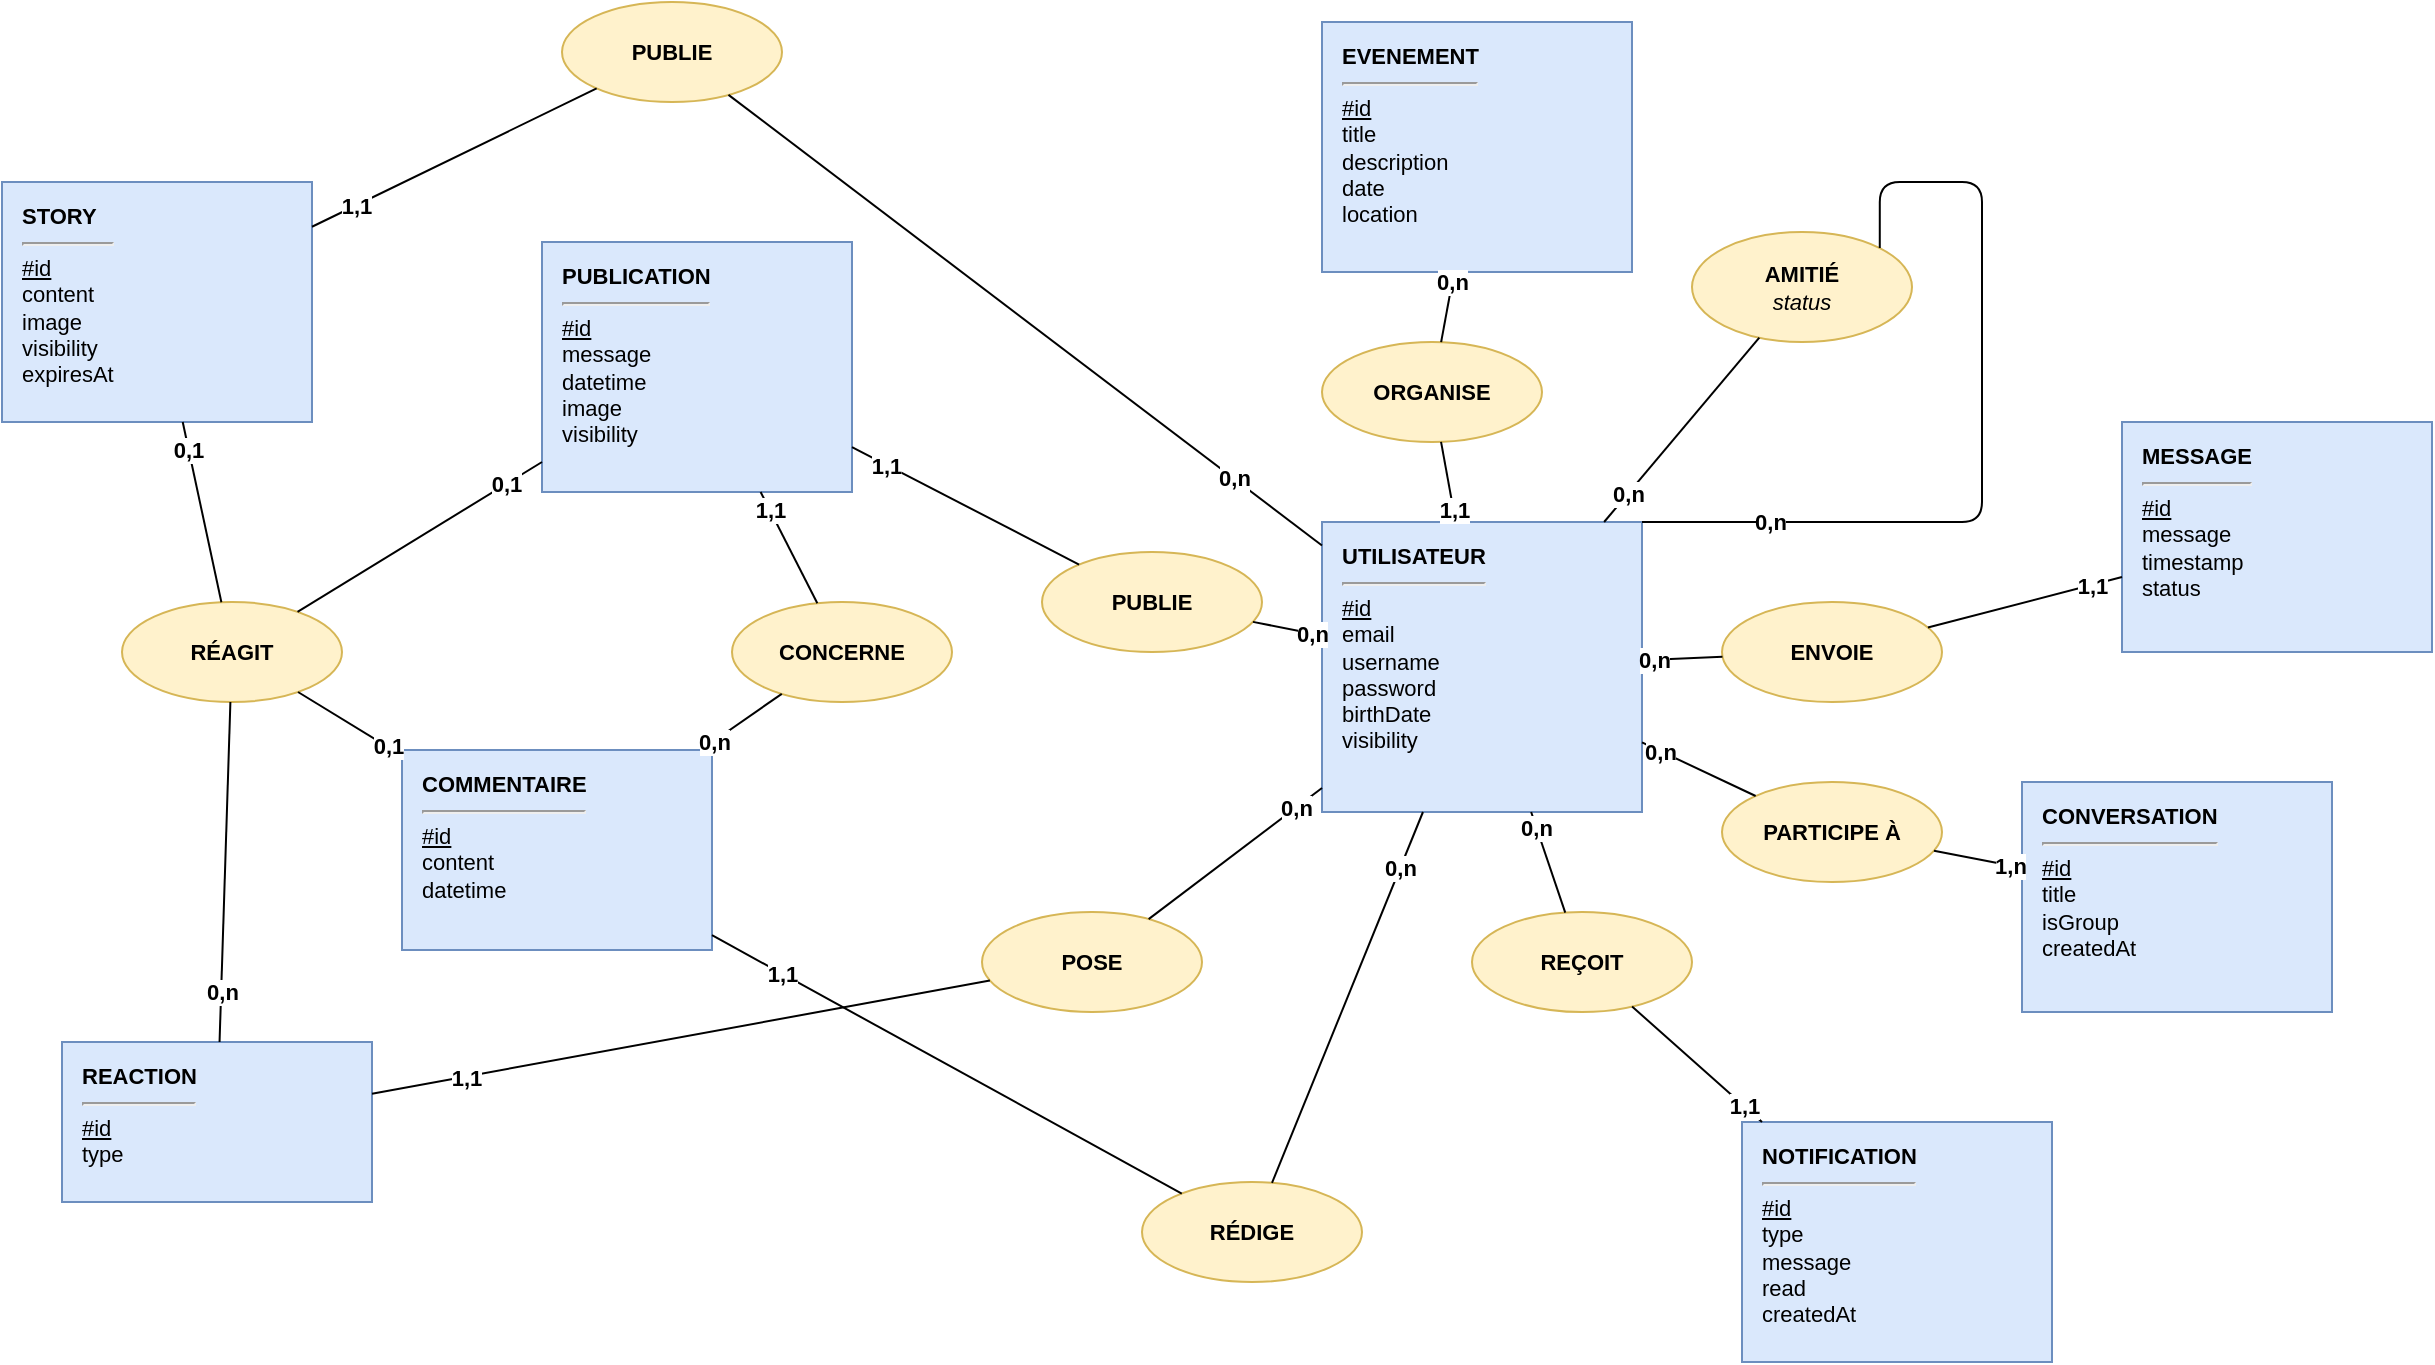
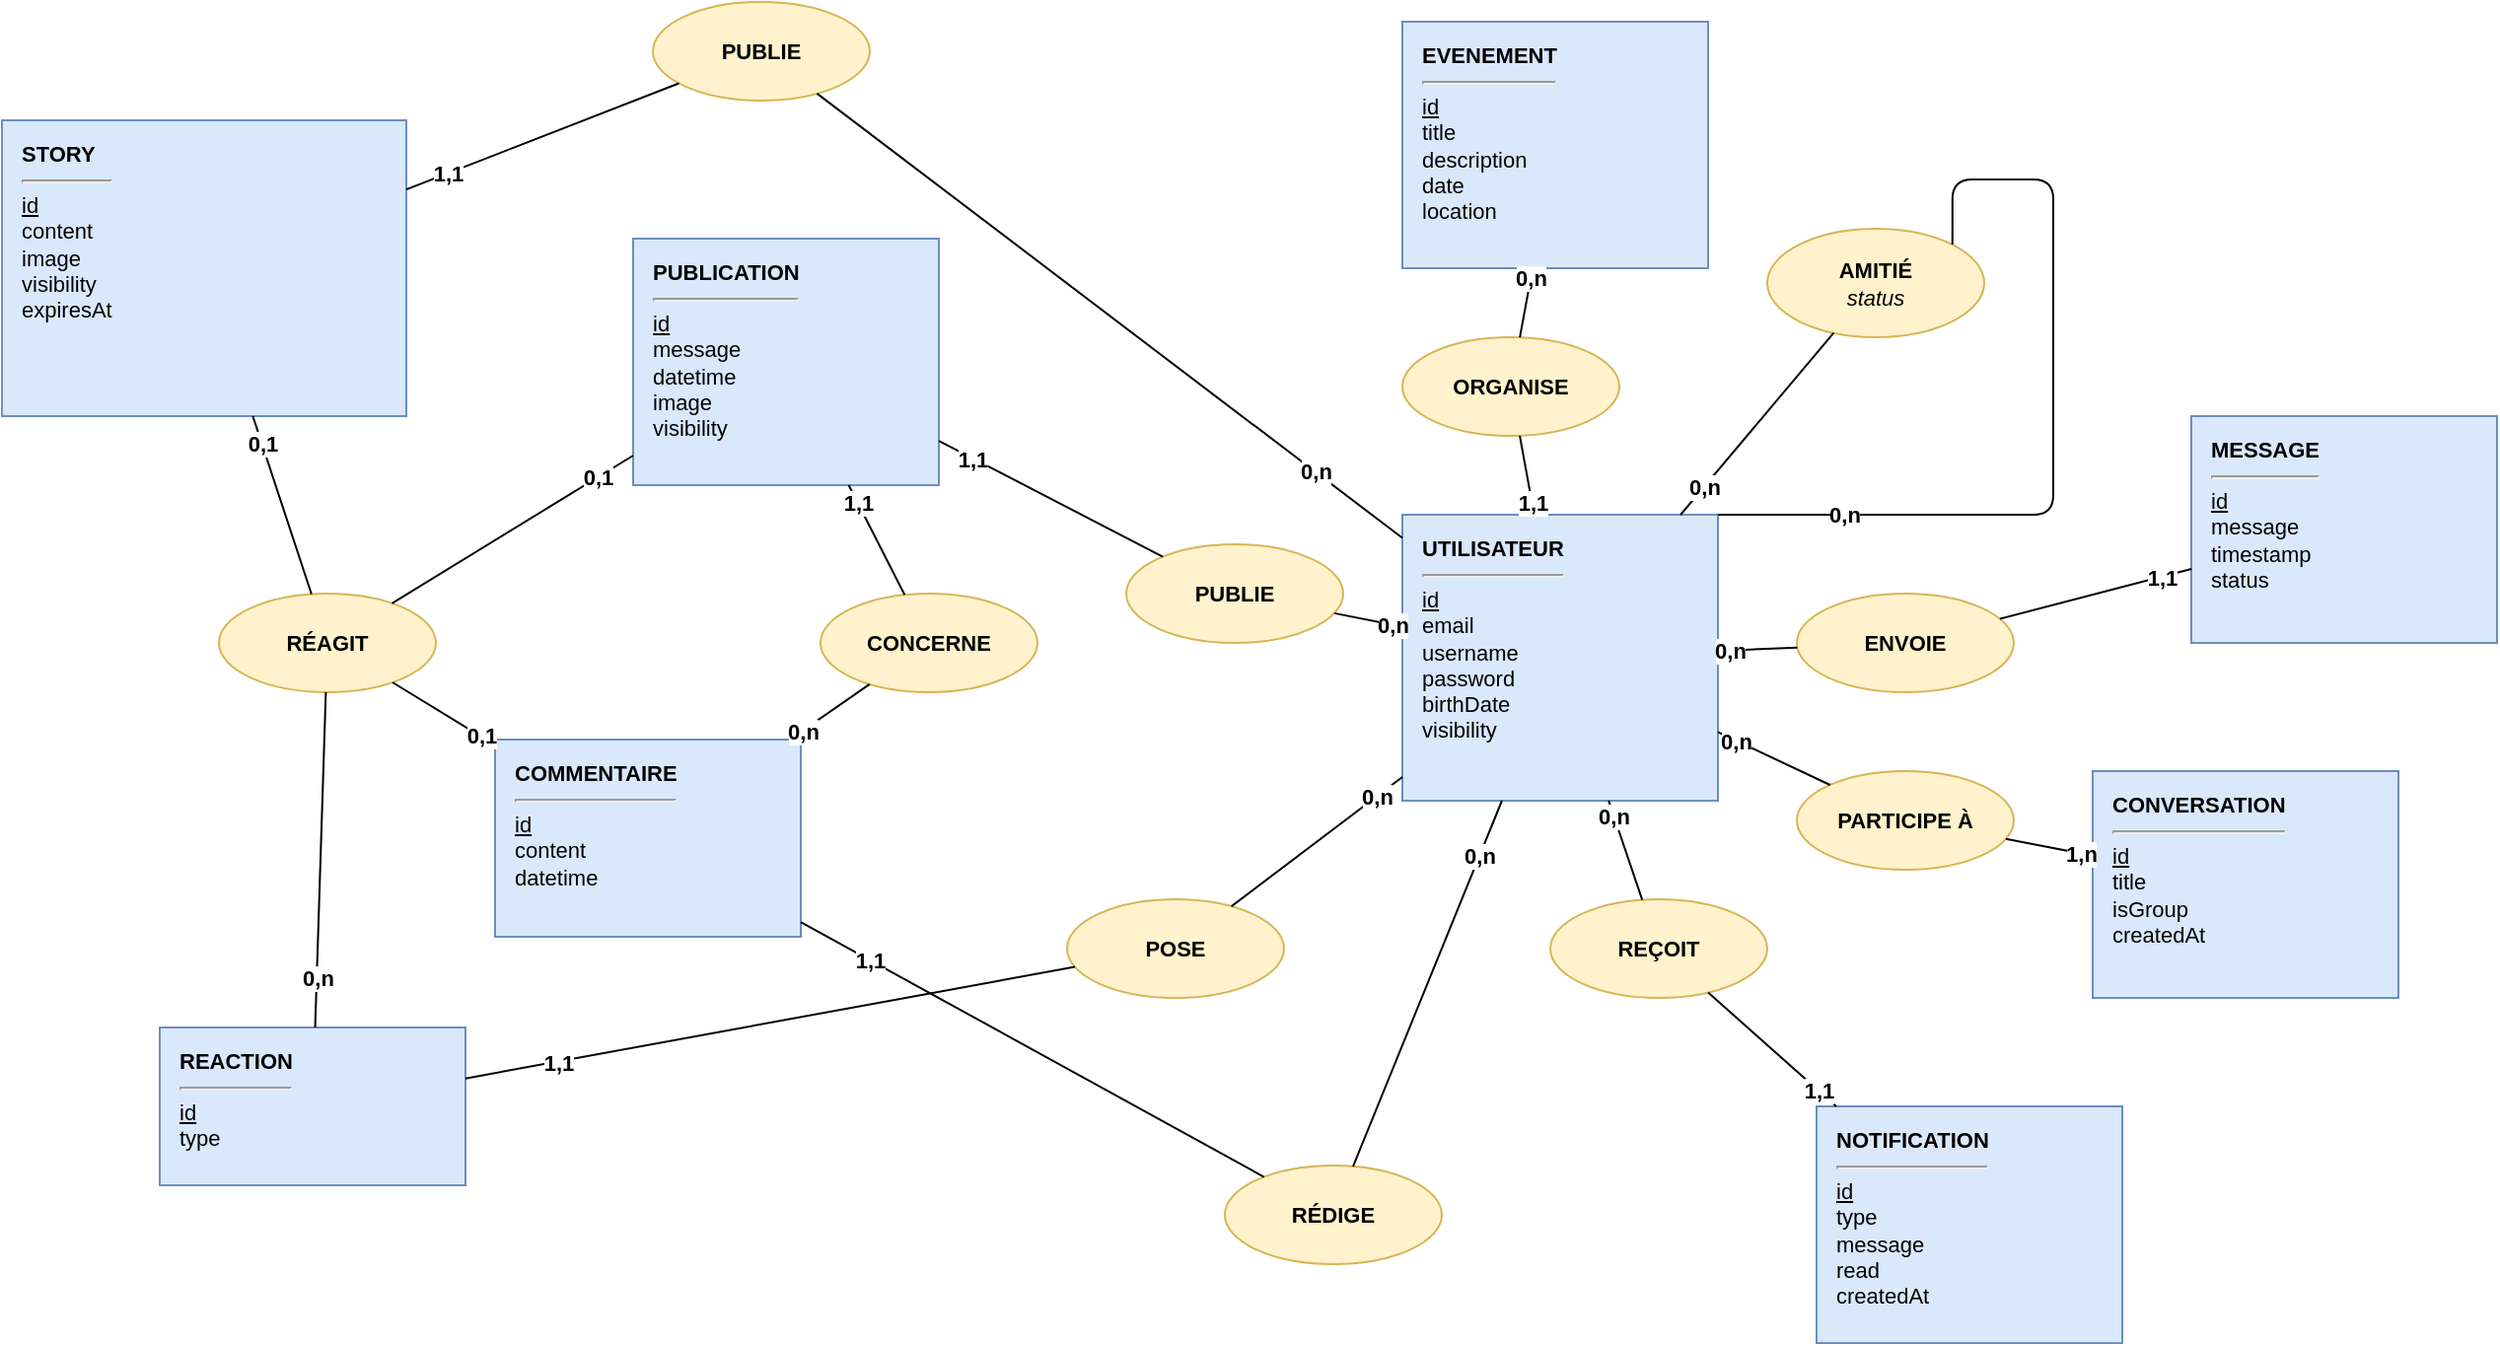
<mxfile host="app.diagrams.net">
  <diagram id="AvOPGSfi3XTp1epjIo77" name="Page-1">
    <mxGraphModel dx="2583" dy="759" grid="1" gridSize="10" guides="1" tooltips="1" connect="1" arrows="1" fold="1" page="1" pageScale="1" pageWidth="1169" pageHeight="827" math="0" shadow="0">
      <root>
        <mxCell id="0" />
        <mxCell id="1" parent="0" />
-         <mxCell id="e_user" parent="1" style="rounded=0;whiteSpace=wrap;html=1;align=left;verticalAlign=top;fillColor=#dae8fc;strokeColor=#6c8ebf;spacingLeft=8;spacingTop=4;fontSize=11;" value="&lt;b&gt;UTILISATEUR&lt;/b&gt;&lt;hr/&gt;&lt;u&gt;#id&lt;/u&gt;&lt;br&gt;email&lt;br&gt;username&lt;br&gt;password&lt;br&gt;birthDate&lt;br&gt;visibility" vertex="1">
+         <mxCell id="e_user" parent="1" style="rounded=0;whiteSpace=wrap;html=1;align=left;verticalAlign=top;fillColor=#dae8fc;strokeColor=#6c8ebf;spacingLeft=8;spacingTop=4;fontSize=11;" value="&lt;b&gt;UTILISATEUR&lt;/b&gt;&lt;hr/&gt;&lt;u&gt;id&lt;/u&gt;&lt;br&gt;email&lt;br&gt;username&lt;br&gt;password&lt;br&gt;birthDate&lt;br&gt;visibility" vertex="1">
          <mxGeometry height="145" width="160" x="400" y="300" as="geometry" />
        </mxCell>
-         <mxCell id="e_post" parent="1" style="rounded=0;whiteSpace=wrap;html=1;align=left;verticalAlign=top;fillColor=#dae8fc;strokeColor=#6c8ebf;spacingLeft=8;spacingTop=4;fontSize=11;" value="&lt;b&gt;PUBLICATION&lt;/b&gt;&lt;hr/&gt;&lt;u&gt;#id&lt;/u&gt;&lt;br&gt;message&lt;br&gt;datetime&lt;br&gt;image&lt;br&gt;visibility" vertex="1">
+         <mxCell id="e_post" parent="1" style="rounded=0;whiteSpace=wrap;html=1;align=left;verticalAlign=top;fillColor=#dae8fc;strokeColor=#6c8ebf;spacingLeft=8;spacingTop=4;fontSize=11;" value="&lt;b&gt;PUBLICATION&lt;/b&gt;&lt;hr/&gt;&lt;u&gt;id&lt;/u&gt;&lt;br&gt;message&lt;br&gt;datetime&lt;br&gt;image&lt;br&gt;visibility" vertex="1">
          <mxGeometry height="125" width="155" x="10" y="160" as="geometry" />
        </mxCell>
-         <mxCell id="e_comment" parent="1" style="rounded=0;whiteSpace=wrap;html=1;align=left;verticalAlign=top;fillColor=#dae8fc;strokeColor=#6c8ebf;spacingLeft=8;spacingTop=4;fontSize=11;" value="&lt;b&gt;COMMENTAIRE&lt;/b&gt;&lt;hr/&gt;&lt;u&gt;#id&lt;/u&gt;&lt;br&gt;content&lt;br&gt;datetime" vertex="1">
+         <mxCell id="e_comment" parent="1" style="rounded=0;whiteSpace=wrap;html=1;align=left;verticalAlign=top;fillColor=#dae8fc;strokeColor=#6c8ebf;spacingLeft=8;spacingTop=4;fontSize=11;" value="&lt;b&gt;COMMENTAIRE&lt;/b&gt;&lt;hr/&gt;&lt;u&gt;id&lt;/u&gt;&lt;br&gt;content&lt;br&gt;datetime" vertex="1">
          <mxGeometry height="100" width="155" x="-60" y="414" as="geometry" />
        </mxCell>
-         <mxCell id="e_msg" parent="1" style="rounded=0;whiteSpace=wrap;html=1;align=left;verticalAlign=top;fillColor=#dae8fc;strokeColor=#6c8ebf;spacingLeft=8;spacingTop=4;fontSize=11;" value="&lt;b&gt;MESSAGE&lt;/b&gt;&lt;hr/&gt;&lt;u&gt;#id&lt;/u&gt;&lt;br&gt;message&lt;br&gt;timestamp&lt;br&gt;status" vertex="1">
+         <mxCell id="e_msg" parent="1" style="rounded=0;whiteSpace=wrap;html=1;align=left;verticalAlign=top;fillColor=#dae8fc;strokeColor=#6c8ebf;spacingLeft=8;spacingTop=4;fontSize=11;" value="&lt;b&gt;MESSAGE&lt;/b&gt;&lt;hr/&gt;&lt;u&gt;id&lt;/u&gt;&lt;br&gt;message&lt;br&gt;timestamp&lt;br&gt;status" vertex="1">
          <mxGeometry height="115" width="155" x="800" y="250" as="geometry" />
        </mxCell>
-         <mxCell id="e_event" parent="1" style="rounded=0;whiteSpace=wrap;html=1;align=left;verticalAlign=top;fillColor=#dae8fc;strokeColor=#6c8ebf;spacingLeft=8;spacingTop=4;fontSize=11;" value="&lt;b&gt;EVENEMENT&lt;/b&gt;&lt;hr/&gt;&lt;u&gt;#id&lt;/u&gt;&lt;br&gt;title&lt;br&gt;description&lt;br&gt;date&lt;br&gt;location" vertex="1">
+         <mxCell id="e_event" parent="1" style="rounded=0;whiteSpace=wrap;html=1;align=left;verticalAlign=top;fillColor=#dae8fc;strokeColor=#6c8ebf;spacingLeft=8;spacingTop=4;fontSize=11;" value="&lt;b&gt;EVENEMENT&lt;/b&gt;&lt;hr/&gt;&lt;u&gt;id&lt;/u&gt;&lt;br&gt;title&lt;br&gt;description&lt;br&gt;date&lt;br&gt;location" vertex="1">
          <mxGeometry height="125" width="155" x="400" y="50" as="geometry" />
        </mxCell>
-         <mxCell id="e_conv" parent="1" style="rounded=0;whiteSpace=wrap;html=1;align=left;verticalAlign=top;fillColor=#dae8fc;strokeColor=#6c8ebf;spacingLeft=8;spacingTop=4;fontSize=11;" value="&lt;b&gt;CONVERSATION&lt;/b&gt;&lt;hr/&gt;&lt;u&gt;#id&lt;/u&gt;&lt;br&gt;title&lt;br&gt;isGroup&lt;br&gt;createdAt" vertex="1">
+         <mxCell id="e_conv" parent="1" style="rounded=0;whiteSpace=wrap;html=1;align=left;verticalAlign=top;fillColor=#dae8fc;strokeColor=#6c8ebf;spacingLeft=8;spacingTop=4;fontSize=11;" value="&lt;b&gt;CONVERSATION&lt;/b&gt;&lt;hr/&gt;&lt;u&gt;id&lt;/u&gt;&lt;br&gt;title&lt;br&gt;isGroup&lt;br&gt;createdAt" vertex="1">
          <mxGeometry height="115" width="155" x="750" y="430" as="geometry" />
        </mxCell>
-         <mxCell id="e_notif" parent="1" style="rounded=0;whiteSpace=wrap;html=1;align=left;verticalAlign=top;fillColor=#dae8fc;strokeColor=#6c8ebf;spacingLeft=8;spacingTop=4;fontSize=11;" value="&lt;b&gt;NOTIFICATION&lt;/b&gt;&lt;hr/&gt;&lt;u&gt;#id&lt;/u&gt;&lt;br&gt;type&lt;br&gt;message&lt;br&gt;read&lt;br&gt;createdAt" vertex="1">
+         <mxCell id="e_notif" parent="1" style="rounded=0;whiteSpace=wrap;html=1;align=left;verticalAlign=top;fillColor=#dae8fc;strokeColor=#6c8ebf;spacingLeft=8;spacingTop=4;fontSize=11;" value="&lt;b&gt;NOTIFICATION&lt;/b&gt;&lt;hr/&gt;&lt;u&gt;id&lt;/u&gt;&lt;br&gt;type&lt;br&gt;message&lt;br&gt;read&lt;br&gt;createdAt" vertex="1">
          <mxGeometry height="120" width="155" x="610" y="600" as="geometry" />
        </mxCell>
-         <mxCell id="e_story" parent="1" style="rounded=0;whiteSpace=wrap;html=1;align=left;verticalAlign=top;fillColor=#dae8fc;strokeColor=#6c8ebf;spacingLeft=8;spacingTop=4;fontSize=11;" value="&lt;b&gt;STORY&lt;/b&gt;&lt;hr/&gt;&lt;u&gt;#id&lt;/u&gt;&lt;br&gt;content&lt;br&gt;image&lt;br&gt;visibility&lt;br&gt;expiresAt" vertex="1">
-           <mxGeometry height="120" width="155" x="-260" y="130" as="geometry" />
-         </mxCell>
-         <mxCell id="e_reaction" parent="1" style="rounded=0;whiteSpace=wrap;html=1;align=left;verticalAlign=top;fillColor=#dae8fc;strokeColor=#6c8ebf;spacingLeft=8;spacingTop=4;fontSize=11;" value="&lt;b&gt;REACTION&lt;/b&gt;&lt;hr/&gt;&lt;u&gt;#id&lt;/u&gt;&lt;br&gt;type" vertex="1">
+         <mxCell id="e_story" parent="1" style="rounded=0;whiteSpace=wrap;html=1;align=left;verticalAlign=top;fillColor=#dae8fc;strokeColor=#6c8ebf;spacingLeft=8;spacingTop=4;fontSize=11;" value="&lt;b&gt;STORY&lt;/b&gt;&lt;hr/&gt;&lt;u&gt;id&lt;/u&gt;&lt;br&gt;content&lt;br&gt;image&lt;br&gt;visibility&lt;br&gt;expiresAt" vertex="1">
+           <mxGeometry height="150" width="205" x="-310" y="100" as="geometry" />
+         </mxCell>
+         <mxCell id="e_reaction" parent="1" style="rounded=0;whiteSpace=wrap;html=1;align=left;verticalAlign=top;fillColor=#dae8fc;strokeColor=#6c8ebf;spacingLeft=8;spacingTop=4;fontSize=11;" value="&lt;b&gt;REACTION&lt;/b&gt;&lt;hr/&gt;&lt;u&gt;id&lt;/u&gt;&lt;br&gt;type" vertex="1">
          <mxGeometry height="80" width="155" x="-230" y="560" as="geometry" />
        </mxCell>
        <mxCell id="r_publie_story" parent="1" style="ellipse;whiteSpace=wrap;html=1;fillColor=#fff2cc;strokeColor=#d6b656;fontSize=11;" value="&lt;b&gt;PUBLIE&lt;/b&gt;" vertex="1">
          <mxGeometry height="50" width="110" x="20" y="40" as="geometry" />
        </mxCell>
        <mxCell id="r_pose" parent="1" style="ellipse;whiteSpace=wrap;html=1;fillColor=#fff2cc;strokeColor=#d6b656;fontSize=11;" value="&lt;b&gt;POSE&lt;/b&gt;" vertex="1">
          <mxGeometry height="50" width="110" x="230" y="495" as="geometry" />
        </mxCell>
        <mxCell id="r_reagit_post" parent="1" style="ellipse;whiteSpace=wrap;html=1;fillColor=#fff2cc;strokeColor=#d6b656;fontSize=11;" value="&lt;b&gt;RÉAGIT&lt;/b&gt;" vertex="1">
          <mxGeometry height="50" width="110" x="-200" y="340" as="geometry" />
        </mxCell>
        <mxCell id="es1" edge="1" parent="1" source="e_user" style="endArrow=none;html=1;" target="r_publie_story" value="">
          <mxGeometry relative="1" as="geometry" />
        </mxCell>
        <mxCell id="es1_src" connectable="0" parent="es1" style="edgeLabel;html=1;align=center;verticalAlign=middle;resizable=0;fontSize=11;fontStyle=1;" value="0,n" vertex="1">
          <mxGeometry relative="1" x="-0.7" as="geometry">
            <mxPoint as="offset" />
          </mxGeometry>
        </mxCell>
        <mxCell id="es2" edge="1" parent="1" source="r_publie_story" style="endArrow=none;html=1;" target="e_story" value="">
          <mxGeometry relative="1" as="geometry" />
        </mxCell>
        <mxCell id="es2_tgt" connectable="0" parent="es2" style="edgeLabel;html=1;align=center;verticalAlign=middle;resizable=0;fontSize=11;fontStyle=1;" value="1,1" vertex="1">
          <mxGeometry relative="1" x="0.7" as="geometry">
            <mxPoint as="offset" />
          </mxGeometry>
        </mxCell>
        <mxCell id="er1" edge="1" parent="1" source="e_user" style="endArrow=none;html=1;" target="r_pose" value="">
          <mxGeometry relative="1" as="geometry" />
        </mxCell>
        <mxCell id="er1_src" connectable="0" parent="er1" style="edgeLabel;html=1;align=center;verticalAlign=middle;resizable=0;fontSize=11;fontStyle=1;" value="0,n" vertex="1">
          <mxGeometry relative="1" x="-0.7" as="geometry">
            <mxPoint as="offset" />
          </mxGeometry>
        </mxCell>
        <mxCell id="er2" edge="1" parent="1" source="r_pose" style="endArrow=none;html=1;" target="e_reaction" value="">
          <mxGeometry relative="1" as="geometry" />
        </mxCell>
        <mxCell id="er2_tgt" connectable="0" parent="er2" style="edgeLabel;html=1;align=center;verticalAlign=middle;resizable=0;fontSize=11;fontStyle=1;" value="1,1" vertex="1">
          <mxGeometry relative="1" x="0.7" as="geometry">
            <mxPoint as="offset" />
          </mxGeometry>
        </mxCell>
        <mxCell id="er3" edge="1" parent="1" source="e_reaction" style="endArrow=none;html=1;" target="r_reagit_post" value="">
          <mxGeometry relative="1" as="geometry" />
        </mxCell>
        <mxCell id="er3_src" connectable="0" parent="er3" style="edgeLabel;html=1;align=center;verticalAlign=middle;resizable=0;fontSize=11;fontStyle=1;" value="0,n" vertex="1">
          <mxGeometry relative="1" x="-0.7" as="geometry">
            <mxPoint as="offset" />
          </mxGeometry>
        </mxCell>
        <mxCell id="er4" edge="1" parent="1" source="r_reagit_post" style="endArrow=none;html=1;" target="e_post" value="">
          <mxGeometry relative="1" as="geometry" />
        </mxCell>
        <mxCell id="er4_tgt" connectable="0" parent="er4" style="edgeLabel;html=1;align=center;verticalAlign=middle;resizable=0;fontSize=11;fontStyle=1;" value="0,1" vertex="1">
          <mxGeometry relative="1" x="0.7" as="geometry">
            <mxPoint as="offset" />
          </mxGeometry>
        </mxCell>
        <mxCell id="er5" edge="1" parent="1" source="r_reagit_post" style="endArrow=none;html=1;" target="e_story" value="">
          <mxGeometry relative="1" as="geometry" />
        </mxCell>
        <mxCell id="er5_tgt" connectable="0" parent="er5" style="edgeLabel;html=1;align=center;verticalAlign=middle;resizable=0;fontSize=11;fontStyle=1;" value="0,1" vertex="1">
          <mxGeometry relative="1" x="0.7" as="geometry">
            <mxPoint as="offset" />
          </mxGeometry>
        </mxCell>
        <mxCell id="er6" edge="1" parent="1" source="r_reagit_post" style="endArrow=none;html=1;" target="e_comment" value="">
          <mxGeometry relative="1" as="geometry" />
        </mxCell>
        <mxCell id="er6_tgt" connectable="0" parent="er6" style="edgeLabel;html=1;align=center;verticalAlign=middle;resizable=0;fontSize=11;fontStyle=1;" value="0,1" vertex="1">
          <mxGeometry relative="1" x="0.7" as="geometry">
            <mxPoint as="offset" />
          </mxGeometry>
        </mxCell>
        <mxCell id="r_publie" parent="1" style="ellipse;whiteSpace=wrap;html=1;fillColor=#fff2cc;strokeColor=#d6b656;fontSize=11;" value="&lt;b&gt;PUBLIE&lt;/b&gt;" vertex="1">
          <mxGeometry height="50" width="110" x="260" y="315" as="geometry" />
        </mxCell>
        <mxCell id="r_redige" parent="1" style="ellipse;whiteSpace=wrap;html=1;fillColor=#fff2cc;strokeColor=#d6b656;fontSize=11;" value="&lt;b&gt;RÉDIGE&lt;/b&gt;" vertex="1">
          <mxGeometry height="50" width="110" x="310" y="630" as="geometry" />
        </mxCell>
        <mxCell id="r_concerne" parent="1" style="ellipse;whiteSpace=wrap;html=1;fillColor=#fff2cc;strokeColor=#d6b656;fontSize=11;" value="&lt;b&gt;CONCERNE&lt;/b&gt;" vertex="1">
          <mxGeometry height="50" width="110" x="105" y="340" as="geometry" />
        </mxCell>
        <mxCell id="r_envoie" parent="1" style="ellipse;whiteSpace=wrap;html=1;fillColor=#fff2cc;strokeColor=#d6b656;fontSize=11;" value="&lt;b&gt;ENVOIE&lt;/b&gt;" vertex="1">
          <mxGeometry height="50" width="110" x="600" y="340" as="geometry" />
        </mxCell>
        <mxCell id="r_organise" parent="1" style="ellipse;whiteSpace=wrap;html=1;fillColor=#fff2cc;strokeColor=#d6b656;fontSize=11;" value="&lt;b&gt;ORGANISE&lt;/b&gt;" vertex="1">
          <mxGeometry height="50" width="110" x="400" y="210" as="geometry" />
        </mxCell>
        <mxCell id="r_participe" parent="1" style="ellipse;whiteSpace=wrap;html=1;fillColor=#fff2cc;strokeColor=#d6b656;fontSize=11;" value="&lt;b&gt;PARTICIPE À&lt;/b&gt;" vertex="1">
          <mxGeometry height="50" width="110" x="600" y="430" as="geometry" />
        </mxCell>
        <mxCell id="r_notif" parent="1" style="ellipse;whiteSpace=wrap;html=1;fillColor=#fff2cc;strokeColor=#d6b656;fontSize=11;" value="&lt;b&gt;REÇOIT&lt;/b&gt;" vertex="1">
          <mxGeometry height="50" width="110" x="475" y="495" as="geometry" />
        </mxCell>
        <mxCell id="r_amitie" parent="1" style="ellipse;whiteSpace=wrap;html=1;fillColor=#fff2cc;strokeColor=#d6b656;fontSize=11;" value="&lt;b&gt;AMITIÉ&lt;/b&gt;&lt;br/&gt;&lt;i&gt;status&lt;/i&gt;" vertex="1">
          <mxGeometry height="55" width="110" x="585" y="155" as="geometry" />
        </mxCell>
        <mxCell id="ed1" edge="1" parent="1" source="e_user" style="endArrow=none;html=1;" target="r_publie" value="">
          <mxGeometry relative="1" as="geometry" />
        </mxCell>
        <mxCell id="ed1_src" connectable="0" parent="ed1" style="edgeLabel;html=1;align=center;verticalAlign=middle;resizable=0;fontSize=11;fontStyle=1;" value="0,n" vertex="1">
          <mxGeometry relative="1" x="-0.7" as="geometry">
            <mxPoint as="offset" />
          </mxGeometry>
        </mxCell>
        <mxCell id="ed2" edge="1" parent="1" source="r_publie" style="endArrow=none;html=1;" target="e_post" value="">
          <mxGeometry relative="1" as="geometry" />
        </mxCell>
        <mxCell id="ed2_tgt" connectable="0" parent="ed2" style="edgeLabel;html=1;align=center;verticalAlign=middle;resizable=0;fontSize=11;fontStyle=1;" value="1,1" vertex="1">
          <mxGeometry relative="1" x="0.7" as="geometry">
            <mxPoint as="offset" />
          </mxGeometry>
        </mxCell>
        <mxCell id="ed3" edge="1" parent="1" source="e_user" style="endArrow=none;html=1;" target="r_redige" value="">
          <mxGeometry relative="1" as="geometry" />
        </mxCell>
        <mxCell id="ed3_src" connectable="0" parent="ed3" style="edgeLabel;html=1;align=center;verticalAlign=middle;resizable=0;fontSize=11;fontStyle=1;" value="0,n" vertex="1">
          <mxGeometry relative="1" x="-0.7" as="geometry">
            <mxPoint as="offset" />
          </mxGeometry>
        </mxCell>
        <mxCell id="ed4" edge="1" parent="1" source="r_redige" style="endArrow=none;html=1;" target="e_comment" value="">
          <mxGeometry relative="1" as="geometry" />
        </mxCell>
        <mxCell id="ed4_tgt" connectable="0" parent="ed4" style="edgeLabel;html=1;align=center;verticalAlign=middle;resizable=0;fontSize=11;fontStyle=1;" value="1,1" vertex="1">
          <mxGeometry relative="1" x="0.7" as="geometry">
            <mxPoint as="offset" />
          </mxGeometry>
        </mxCell>
        <mxCell id="ed5" edge="1" parent="1" source="e_comment" style="endArrow=none;html=1;" target="r_concerne" value="">
          <mxGeometry relative="1" as="geometry" />
        </mxCell>
        <mxCell id="ed5_src" connectable="0" parent="ed5" style="edgeLabel;html=1;align=center;verticalAlign=middle;resizable=0;fontSize=11;fontStyle=1;" value="0,n" vertex="1">
          <mxGeometry relative="1" x="-0.7" as="geometry">
            <mxPoint as="offset" />
          </mxGeometry>
        </mxCell>
        <mxCell id="ed6" edge="1" parent="1" source="r_concerne" style="endArrow=none;html=1;" target="e_post" value="">
          <mxGeometry relative="1" as="geometry" />
        </mxCell>
        <mxCell id="ed6_tgt" connectable="0" parent="ed6" style="edgeLabel;html=1;align=center;verticalAlign=middle;resizable=0;fontSize=11;fontStyle=1;" value="1,1" vertex="1">
          <mxGeometry relative="1" x="0.7" as="geometry">
            <mxPoint as="offset" />
          </mxGeometry>
        </mxCell>
        <mxCell id="ed7" edge="1" parent="1" source="e_user" style="endArrow=none;html=1;" target="r_envoie" value="">
          <mxGeometry relative="1" as="geometry" />
        </mxCell>
        <mxCell id="ed7_src" connectable="0" parent="ed7" style="edgeLabel;html=1;align=center;verticalAlign=middle;resizable=0;fontSize=11;fontStyle=1;" value="0,n" vertex="1">
          <mxGeometry relative="1" x="-0.7" as="geometry">
            <mxPoint as="offset" />
          </mxGeometry>
        </mxCell>
        <mxCell id="ed8" edge="1" parent="1" source="r_envoie" style="endArrow=none;html=1;" target="e_msg" value="">
          <mxGeometry relative="1" as="geometry" />
        </mxCell>
        <mxCell id="ed8_tgt" connectable="0" parent="ed8" style="edgeLabel;html=1;align=center;verticalAlign=middle;resizable=0;fontSize=11;fontStyle=1;" value="1,1" vertex="1">
          <mxGeometry relative="1" x="0.7" as="geometry">
            <mxPoint as="offset" />
          </mxGeometry>
        </mxCell>
        <mxCell id="ed9" edge="1" parent="1" source="e_user" style="endArrow=none;html=1;" target="r_organise" value="">
          <mxGeometry relative="1" as="geometry" />
        </mxCell>
        <mxCell id="ed9_src" connectable="0" parent="ed9" style="edgeLabel;html=1;align=center;verticalAlign=middle;resizable=0;fontSize=11;fontStyle=1;" value="1,1" vertex="1">
          <mxGeometry relative="1" x="-0.7" as="geometry">
            <mxPoint as="offset" />
          </mxGeometry>
        </mxCell>
        <mxCell id="ed10" edge="1" parent="1" source="r_organise" style="endArrow=none;html=1;" target="e_event" value="">
          <mxGeometry relative="1" as="geometry" />
        </mxCell>
        <mxCell id="ed10_tgt" connectable="0" parent="ed10" style="edgeLabel;html=1;align=center;verticalAlign=middle;resizable=0;fontSize=11;fontStyle=1;" value="0,n" vertex="1">
          <mxGeometry relative="1" x="0.7" as="geometry">
            <mxPoint as="offset" />
          </mxGeometry>
        </mxCell>
        <mxCell id="ed11" edge="1" parent="1" source="e_user" style="endArrow=none;html=1;" target="r_participe" value="">
          <mxGeometry relative="1" as="geometry" />
        </mxCell>
        <mxCell id="ed11_src" connectable="0" parent="ed11" style="edgeLabel;html=1;align=center;verticalAlign=middle;resizable=0;fontSize=11;fontStyle=1;" value="0,n" vertex="1">
          <mxGeometry relative="1" x="-0.7" as="geometry">
            <mxPoint as="offset" />
          </mxGeometry>
        </mxCell>
        <mxCell id="ed12" edge="1" parent="1" source="r_participe" style="endArrow=none;html=1;" target="e_conv" value="">
          <mxGeometry relative="1" as="geometry" />
        </mxCell>
        <mxCell id="ed12_tgt" connectable="0" parent="ed12" style="edgeLabel;html=1;align=center;verticalAlign=middle;resizable=0;fontSize=11;fontStyle=1;" value="1,n" vertex="1">
          <mxGeometry relative="1" x="0.7" as="geometry">
            <mxPoint as="offset" />
          </mxGeometry>
        </mxCell>
        <mxCell id="ed13" edge="1" parent="1" source="e_user" style="endArrow=none;html=1;" target="r_notif" value="">
          <mxGeometry relative="1" as="geometry" />
        </mxCell>
        <mxCell id="ed13_src" connectable="0" parent="ed13" style="edgeLabel;html=1;align=center;verticalAlign=middle;resizable=0;fontSize=11;fontStyle=1;" value="0,n" vertex="1">
          <mxGeometry relative="1" x="-0.7" as="geometry">
            <mxPoint as="offset" />
          </mxGeometry>
        </mxCell>
        <mxCell id="ed14" edge="1" parent="1" source="r_notif" style="endArrow=none;html=1;" target="e_notif" value="">
          <mxGeometry relative="1" as="geometry" />
        </mxCell>
        <mxCell id="ed14_tgt" connectable="0" parent="ed14" style="edgeLabel;html=1;align=center;verticalAlign=middle;resizable=0;fontSize=11;fontStyle=1;" value="1,1" vertex="1">
          <mxGeometry relative="1" x="0.7" as="geometry">
            <mxPoint as="offset" />
          </mxGeometry>
        </mxCell>
        <mxCell id="ed15" edge="1" parent="1" source="e_user" style="endArrow=none;html=1;" target="r_amitie" value="">
          <mxGeometry relative="1" as="geometry" />
        </mxCell>
        <mxCell id="ed15_src" connectable="0" parent="ed15" style="edgeLabel;html=1;align=center;verticalAlign=middle;resizable=0;fontSize=11;fontStyle=1;" value="0,n" vertex="1">
          <mxGeometry relative="1" x="-0.7" as="geometry">
            <mxPoint as="offset" />
          </mxGeometry>
        </mxCell>
        <mxCell id="ed16" edge="1" parent="1" source="r_amitie" style="endArrow=none;html=1;exitX=1;exitY=0;exitDx=0;exitDy=0;entryX=1;entryY=0;entryDx=0;entryDy=0;edgeStyle=orthogonalEdgeStyle;" target="e_user" value="">
          <mxGeometry relative="1" as="geometry">
            <Array as="points">
              <mxPoint x="730" y="130" />
              <mxPoint x="730" y="300" />
            </Array>
          </mxGeometry>
        </mxCell>
        <mxCell id="ed16_tgt" connectable="0" parent="ed16" style="edgeLabel;html=1;align=center;verticalAlign=middle;resizable=0;fontSize=11;fontStyle=1;" value="0,n" vertex="1">
          <mxGeometry relative="1" x="0.7" as="geometry">
            <mxPoint as="offset" />
          </mxGeometry>
        </mxCell>
      </root>
    </mxGraphModel>
  </diagram>
</mxfile>
